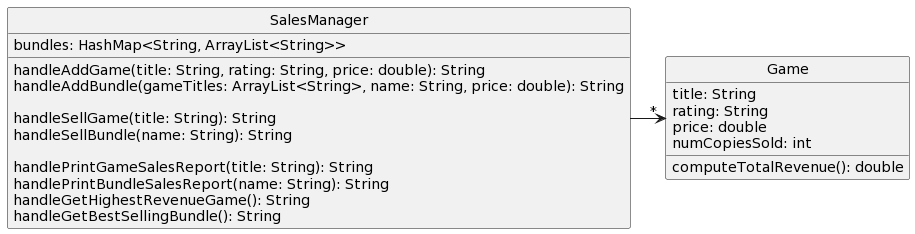
This is Homework/DesignProblems/DP2/DP2_A.png from RHIT-CSSE/csse220, a PlantUML export, as it was before one commit.
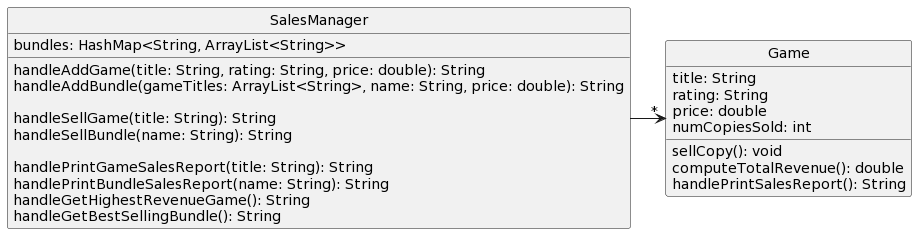
After the change.

The edit, as a diff of the source:
```diff
@@ -24,7 +24,9 @@
 price: double
 numCopiesSold: int
 
+sellCopy(): void
 computeTotalRevenue(): double
+handlePrintSalesReport(): String
 }
 
 SalesManager ->"*" Game
```
